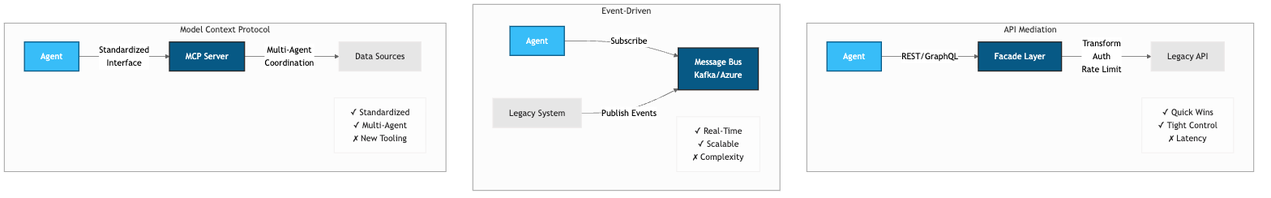
Above: src/assets/images/integration-patterns.png in clouatre-labs/clouatre.ca (Mermaid), before the change. Its source is kept beside it as src/assets/diagrams/integration-patterns.mmd. Source of this version:
```mermaid
graph TD
    subgraph API["API Mediation"]
        A1["Agent"] -->|REST/GraphQL| A2["Facade Layer"]
        A2 -->|Transform<br/>Auth<br/>Rate Limit| A3["Legacy API"]
        A4["✓ Quick Wins<br/>✓ Tight Control<br/>✗ Latency"]
    end

    subgraph EVENT["Event-Driven"]
        B1["Agent"] -->|Subscribe| B2["Message Bus<br/>Kafka/Azure"]
        B3["Legacy System"] -->|Publish Events| B2
        B4["✓ Real-Time<br/>✓ Scalable<br/>✗ Complexity"]
    end

    subgraph MCP["Model Context Protocol"]
        C1["Agent"] -->|Standardized<br/>Interface| C2["MCP Server"]
        C2 -->|Multi-Agent<br/>Coordination| C3["Data Sources"]
        C4["✓ Standardized<br/>✓ Multi-Agent<br/>✗ New Tooling"]
    end

    classDef primary fill:#075985,stroke:#282728,stroke-width:2px,color:#fff
    classDef secondary fill:#e6e6e6,stroke:#ece9e9,stroke-width:2px,color:#282728
    classDef accent fill:#38bdf8,stroke:#075985,stroke-width:2px,color:#fff
    classDef muted fill:#fdfdfd,stroke:#ece9e9,stroke-width:1px,color:#282728

    class A1,B1,C1 accent
    class A2,B2,C2 primary
    class A3,B3,C3 secondary
    class A4,B4,C4 muted
```
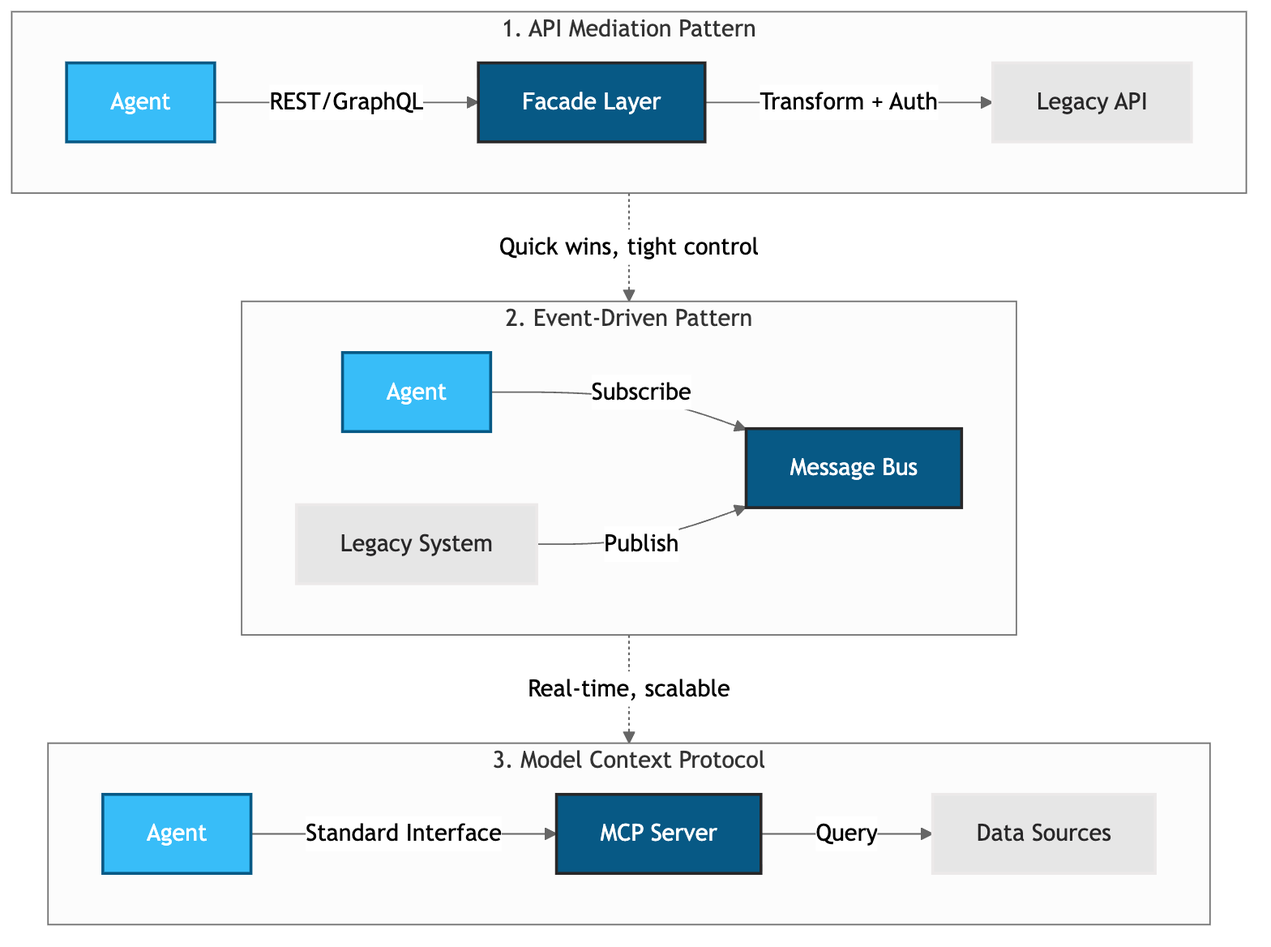
The same diagram one commit later.

Commit message:
docs(blog): undraft post and fix integration-patterns diagram

- Remove draft flag for preview
- Redesign integration-patterns diagram: horizontal -> vertical stack
- Fix readability: 3 patterns now stacked vertically (TB layout)
- Each pattern uses LR direction internally for clarity
- Add visual flow between patterns with dotted arrows

Diagram now mobile-friendly and readable at all screen sizes

What changed in the source:
```diff
@@ -1,21 +1,24 @@
-graph TD
-    subgraph API["API Mediation"]
+graph TB
+    subgraph API["1. API Mediation Pattern"]
+        direction LR
         A1["Agent"] -->|REST/GraphQL| A2["Facade Layer"]
-        A2 -->|Transform<br/>Auth<br/>Rate Limit| A3["Legacy API"]
-        A4["✓ Quick Wins<br/>✓ Tight Control<br/>✗ Latency"]
+        A2 -->|Transform + Auth| A3["Legacy API"]
     end
 
-    subgraph EVENT["Event-Driven"]
-        B1["Agent"] -->|Subscribe| B2["Message Bus<br/>Kafka/Azure"]
-        B3["Legacy System"] -->|Publish Events| B2
-        B4["✓ Real-Time<br/>✓ Scalable<br/>✗ Complexity"]
+    subgraph EVENT["2. Event-Driven Pattern"]
+        direction LR
+        B1["Agent"] -->|Subscribe| B2["Message Bus"]
+        B3["Legacy System"] -->|Publish| B2
     end
 
-    subgraph MCP["Model Context Protocol"]
-        C1["Agent"] -->|Standardized<br/>Interface| C2["MCP Server"]
-        C2 -->|Multi-Agent<br/>Coordination| C3["Data Sources"]
-        C4["✓ Standardized<br/>✓ Multi-Agent<br/>✗ New Tooling"]
+    subgraph MCP["3. Model Context Protocol"]
+        direction LR
+        C1["Agent"] -->|Standard Interface| C2["MCP Server"]
+        C2 -->|Query| C3["Data Sources"]
     end
+
+    API -.->|"Quick wins, tight control"| EVENT
+    EVENT -.->|"Real-time, scalable"| MCP
 
     classDef primary fill:#075985,stroke:#282728,stroke-width:2px,color:#fff
     classDef secondary fill:#e6e6e6,stroke:#ece9e9,stroke-width:2px,color:#282728
```
